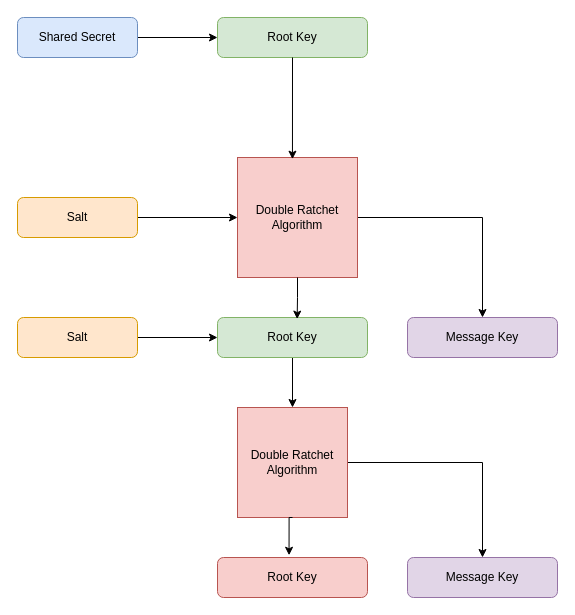
itsAdee/QuantumMessaging keeps this draw.io diagram as Untitled Diagram.drawio. Above is the earlier version. Source tidied: cells renumbered, new cells numbered last; positions are measured from the earlier drawing's top-left corner, leaving out a move shared by most shapes. Both pictures are drawn from the tidied source at 100%, with x=0, y=0 at pixel (17, 17).
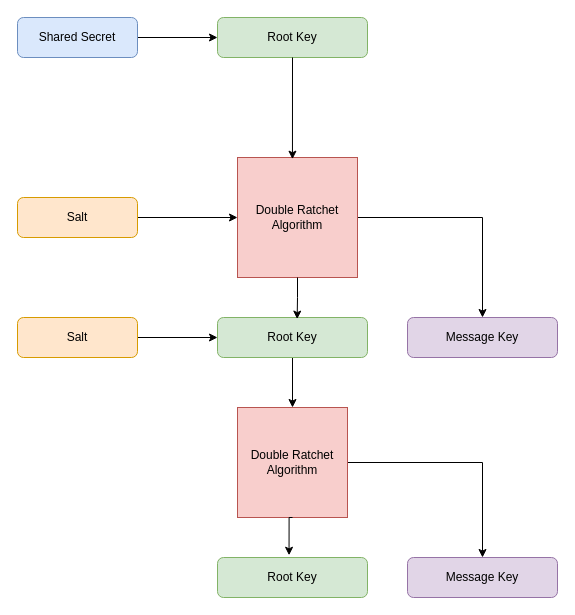
The same diagram, later.

What changed in the source:
```diff
@@
-    <mxCell id="17" value="Root Key" style="rounded=1;whiteSpace=wrap;html=1;fillColor=#f8cecc;strokeColor=#b85450;" parent="1" vertex="1">
+    <mxCell id="17" value="Root Key" style="rounded=1;whiteSpace=wrap;html=1;fillColor=#d5e8d4;strokeColor=#82b366;" parent="1" vertex="1">
       <mxGeometry x="200" y="540" width="150" height="40" as="geometry" />
     </mxCell>
```
